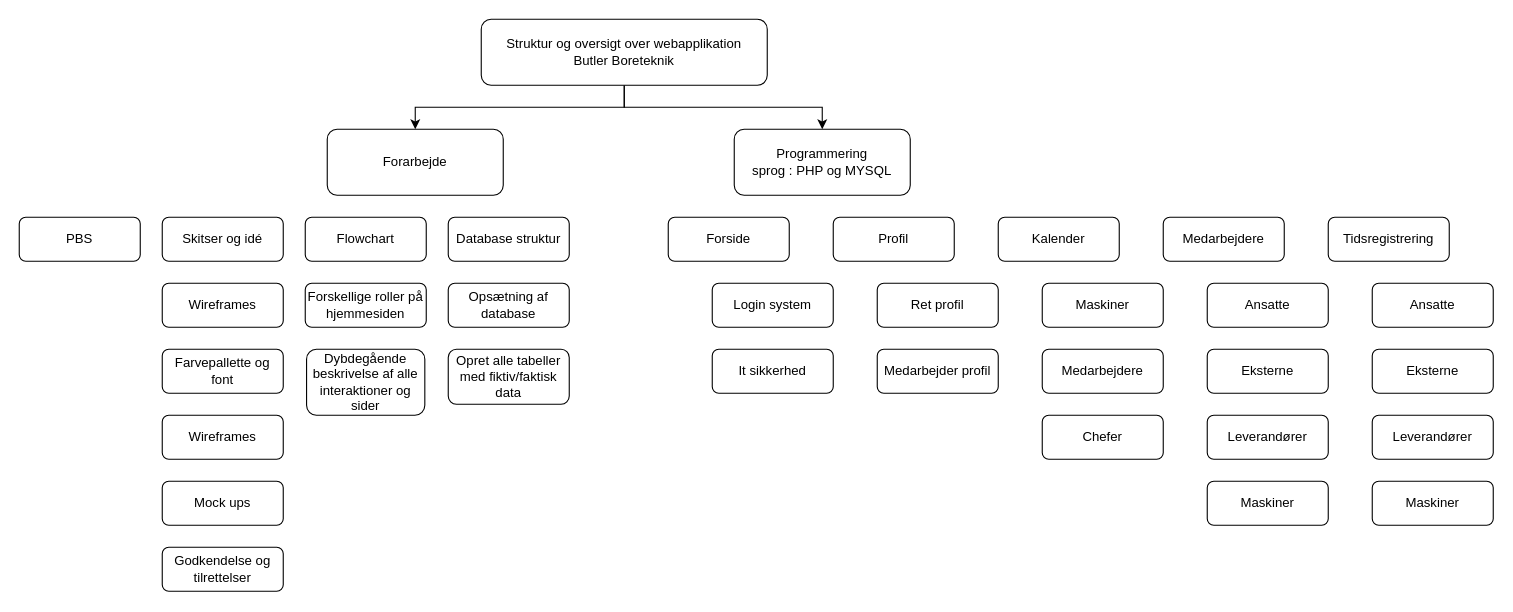
Earlier version of the draw.io diagram docs/pbs-pratik.drawio (sejekaj1307/butler_hjemmeside). Source tidied: cells renumbered, new cells numbered last; positions are measured from the earlier drawing's top-left corner, leaving out a move shared by most shapes. Both pictures are drawn from the tidied source at 110%, with x=0, y=0 at pixel (19, 19).
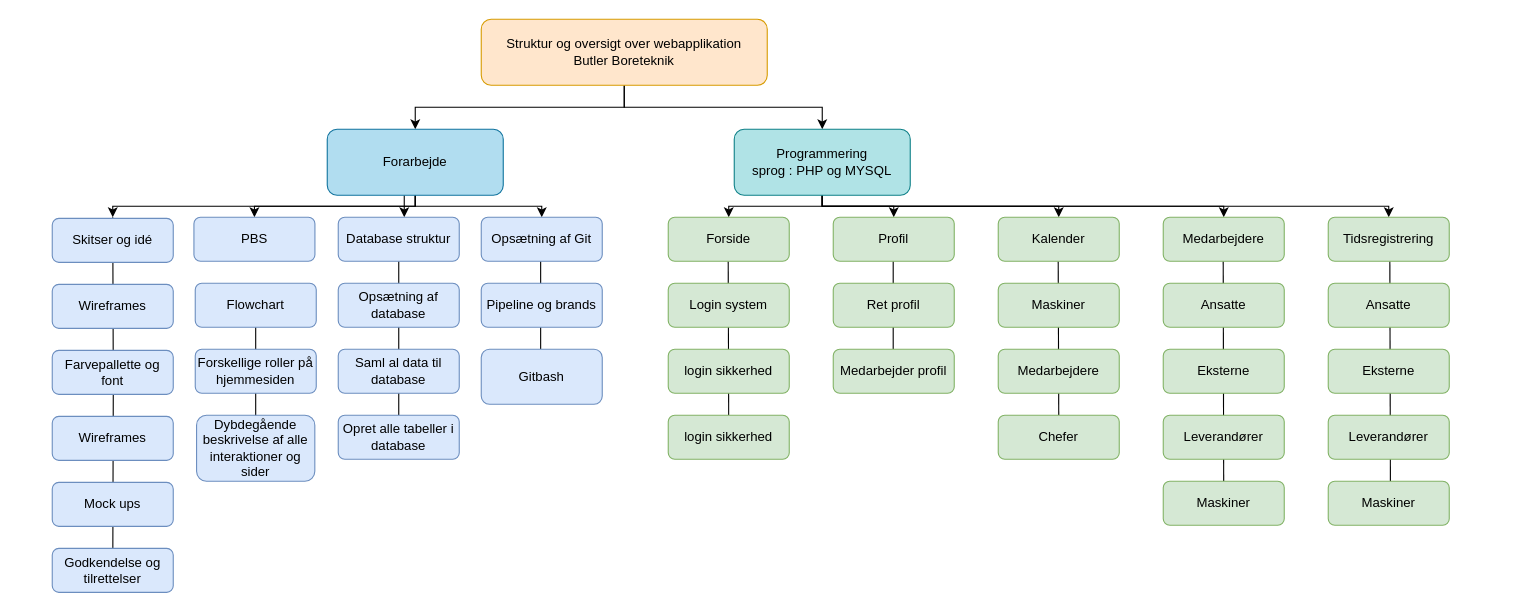
After the change.

Diff of the diagram source:
```diff
@@
+    <mxCell id="40" style="endArrow=none;html=1;rounded=1;entryX=0.5;entryY=1;entryDx=0;entryDy=0;" parent="1" edge="1">
+      <mxGeometry relative="1" as="geometry">
+        <mxPoint x="474" y="300" as="sourcePoint" />
+        <mxPoint x="474" y="220" as="targetPoint" />
+      </mxGeometry>
+    </mxCell>
+    <mxCell id="41" style="endArrow=none;html=1;rounded=1;entryX=0.5;entryY=1;entryDx=0;entryDy=0;" parent="1" edge="1">
+      <mxGeometry relative="1" as="geometry">
+        <mxPoint x="1246.5" y="420" as="sourcePoint" />
+        <mxPoint x="1246" y="220" as="targetPoint" />
+      </mxGeometry>
+    </mxCell>
+    <mxCell id="42" style="endArrow=none;html=1;rounded=1;entryX=0.5;entryY=1;entryDx=0;entryDy=0;" parent="1" edge="1" source="32">
+      <mxGeometry relative="1" as="geometry">
+        <mxPoint x="1094.5" y="220" as="targetPoint" />
+      </mxGeometry>
+    </mxCell>
+    <mxCell id="43" style="endArrow=none;html=1;rounded=1;entryX=0.5;entryY=1;entryDx=0;entryDy=0;exitX=0.5;exitY=0;exitDx=0;exitDy=0;" parent="1" edge="1" source="28">
+      <mxGeometry relative="1" as="geometry">
+        <mxPoint x="944.5" y="220" as="targetPoint" />
+      </mxGeometry>
+    </mxCell>
+    <mxCell id="44" style="endArrow=none;html=1;rounded=1;entryX=0.5;entryY=1;entryDx=0;entryDy=0;" parent="1" edge="1">
+      <mxGeometry relative="1" as="geometry">
+        <mxPoint x="794.5" y="300" as="sourcePoint" />
+        <mxPoint x="794.5" y="220" as="targetPoint" />
+      </mxGeometry>
+    </mxCell>
+    <mxCell id="16" value="Ret profil" style="rounded=1;whiteSpace=wrap;html=1;fillColor=#d5e8d4;strokeColor=#82b366;" parent="1" vertex="1">
+      <mxGeometry x="740" y="240" width="110" height="40" as="geometry" />
+    </mxCell>
+    <mxCell id="45" style="endArrow=none;html=1;rounded=1;entryX=0.5;entryY=1;entryDx=0;entryDy=0;" parent="1" edge="1" source="61">
+      <mxGeometry relative="1" as="geometry">
+        <mxPoint x="644.5" y="220" as="targetPoint" />
+      </mxGeometry>
+    </mxCell>
+    <mxCell id="46" style="endArrow=none;html=1;rounded=1;entryX=0.5;entryY=1;entryDx=0;entryDy=0;" parent="1" edge="1" source="62" target="21">
+      <mxGeometry relative="1" as="geometry" />
+    </mxCell>
@@
-    <mxCell id="4" value="Struktur og oversigt over webapplikation&lt;br&gt;Butler Boreteknik" style="rounded=1;whiteSpace=wrap;html=1;" parent="1" vertex="1">
+    <mxCell id="4" value="Struktur og oversigt over webapplikation&lt;br&gt;Butler Boreteknik" style="rounded=1;whiteSpace=wrap;html=1;fillColor=#ffe6cc;strokeColor=#d79b00;" parent="1" vertex="1">
       <mxGeometry x="420" width="260" height="60" as="geometry" />
     </mxCell>
+    <mxCell id="47" style="edgeStyle=orthogonalEdgeStyle;rounded=0;jettySize=auto;html=1;entryX=0.5;entryY=0;entryDx=0;entryDy=0;" parent="1" edge="1" source="5" target="15">
+      <mxGeometry relative="1" as="geometry">
+        <Array as="points">
+          <mxPoint x="730" y="170" />
+          <mxPoint x="645" y="170" />
+        </Array>
+      </mxGeometry>
+    </mxCell>
+    <mxCell id="48" style="edgeStyle=orthogonalEdgeStyle;rounded=0;jettySize=auto;html=1;" parent="1" edge="1" source="5" target="13">
+      <mxGeometry relative="1" as="geometry">
+        <Array as="points">
+          <mxPoint x="730" y="170" />
+          <mxPoint x="795" y="170" />
+        </Array>
+      </mxGeometry>
+    </mxCell>
+    <mxCell id="49" style="edgeStyle=orthogonalEdgeStyle;rounded=0;jettySize=auto;html=1;" parent="1" edge="1" source="5" target="18">
+      <mxGeometry relative="1" as="geometry">
+        <Array as="points">
+          <mxPoint x="730" y="170" />
+          <mxPoint x="945" y="170" />
+        </Array>
+      </mxGeometry>
+    </mxCell>
+    <mxCell id="50" style="edgeStyle=orthogonalEdgeStyle;rounded=0;jettySize=auto;html=1;" parent="1" edge="1" source="5" target="17">
+      <mxGeometry relative="1" as="geometry">
+        <Array as="points">
+          <mxPoint x="730" y="170" />
+          <mxPoint x="1095" y="170" />
+        </Array>
+      </mxGeometry>
+    </mxCell>
+    <mxCell id="51" style="edgeStyle=orthogonalEdgeStyle;rounded=0;jettySize=auto;html=1;" parent="1" edge="1" source="5" target="33">
+      <mxGeometry relative="1" as="geometry">
+        <Array as="points">
+          <mxPoint x="730" y="170" />
+          <mxPoint x="1245" y="170" />
+        </Array>
+      </mxGeometry>
+    </mxCell>
-    <mxCell id="5" value="Programmering&lt;br&gt;sprog : PHP og MYSQL" style="rounded=1;whiteSpace=wrap;html=1;" parent="1" vertex="1">
+    <mxCell id="5" value="Programmering&lt;br&gt;sprog : PHP og MYSQL" style="rounded=1;whiteSpace=wrap;html=1;fillColor=#b0e3e6;strokeColor=#0e8088;" parent="1" vertex="1">
       <mxGeometry x="650" y="100" width="160" height="60" as="geometry" />
     </mxCell>
+    <mxCell id="52" style="edgeStyle=orthogonalEdgeStyle;rounded=0;jettySize=auto;html=1;entryX=0.5;entryY=0;entryDx=0;entryDy=0;" parent="1" edge="1" source="6">
+      <mxGeometry relative="1" as="geometry">
+        <mxPoint x="85" y="180" as="targetPoint" />
+        <Array as="points">
+          <mxPoint x="360" y="170" />
+          <mxPoint x="85" y="170" />
+        </Array>
+      </mxGeometry>
+    </mxCell>
+    <mxCell id="53" style="edgeStyle=orthogonalEdgeStyle;rounded=0;jettySize=auto;html=1;entryX=0.5;entryY=0;entryDx=0;entryDy=0;" parent="1" edge="1" source="6" target="9">
+      <mxGeometry relative="1" as="geometry">
+        <Array as="points">
+          <mxPoint x="360" y="170" />
+          <mxPoint x="214" y="170" />
+        </Array>
+      </mxGeometry>
+    </mxCell>
+    <mxCell id="54" style="edgeStyle=orthogonalEdgeStyle;rounded=0;jettySize=auto;html=1;" parent="1" edge="1" source="6" target="21">
+      <mxGeometry relative="1" as="geometry">
+        <Array as="points">
+          <mxPoint x="350" y="170" />
+          <mxPoint x="350" y="170" />
+        </Array>
+      </mxGeometry>
+    </mxCell>
+    <mxCell id="55" style="edgeStyle=orthogonalEdgeStyle;rounded=0;jettySize=auto;html=1;" parent="1" edge="1" source="6" target="58">
+      <mxGeometry relative="1" as="geometry">
+        <Array as="points">
+          <mxPoint x="360" y="170" />
+          <mxPoint x="475" y="170" />
+        </Array>
+      </mxGeometry>
+    </mxCell>
-    <mxCell id="6" value="Forarbejde" style="rounded=1;whiteSpace=wrap;html=1;" parent="1" vertex="1">
+    <mxCell id="6" value="Forarbejde" style="rounded=1;whiteSpace=wrap;html=1;fillColor=#b1ddf0;strokeColor=#10739e;" parent="1" vertex="1">
       <mxGeometry x="280" y="100" width="160" height="60" as="geometry" />
     </mxCell>
-    <mxCell id="7" value="Skitser og idé" style="rounded=1;whiteSpace=wrap;html=1;" parent="1" vertex="1">
-      <mxGeometry x="130" y="180" width="110" height="40" as="geometry" />
-    </mxCell>
-    <mxCell id="8" value="Mock ups" style="rounded=1;whiteSpace=wrap;html=1;" parent="1" vertex="1">
-      <mxGeometry x="130" y="420" width="110" height="40" as="geometry" />
-    </mxCell>
-    <mxCell id="9" value="PBS" style="rounded=1;whiteSpace=wrap;html=1;" parent="1" vertex="1">
-      <mxGeometry y="180" width="110" height="40" as="geometry" />
-    </mxCell>
+    <mxCell id="56" style="edgeStyle=orthogonalEdgeStyle;rounded=0;jettySize=auto;html=1;entryX=0.5;entryY=0.75;entryDx=0;entryDy=0;entryPerimeter=0;" parent="1" edge="1" target="24">
+      <mxGeometry relative="1" as="geometry">
+        <mxPoint x="85" y="180" as="sourcePoint" />
+      </mxGeometry>
+    </mxCell>
-    <mxCell id="10" value="Wireframes" style="rounded=1;whiteSpace=wrap;html=1;" parent="1" vertex="1">
-      <mxGeometry x="130" y="360" width="110" height="40" as="geometry" />
+    <mxCell id="10" value="Wireframes" style="rounded=1;whiteSpace=wrap;html=1;fillColor=#dae8fc;strokeColor=#6c8ebf;" parent="1" vertex="1">
+      <mxGeometry x="30" y="361" width="110" height="40" as="geometry" />
     </mxCell>
-    <mxCell id="11" value="Dybdegående beskrivelse af alle interaktioner og sider" style="rounded=1;whiteSpace=wrap;html=1;" parent="1" vertex="1">
-      <mxGeometry x="261.2" y="300" width="107.5" height="60" as="geometry" />
-    </mxCell>
+    <mxCell id="57" style="edgeStyle=orthogonalEdgeStyle;rounded=0;jettySize=auto;html=1;entryX=0.5;entryY=0.833;entryDx=0;entryDy=0;entryPerimeter=0;" parent="1" edge="1" source="12" target="11">
+      <mxGeometry relative="1" as="geometry" />
+    </mxCell>
-    <mxCell id="12" value="Flowchart" style="rounded=1;whiteSpace=wrap;html=1;" parent="1" vertex="1">
-      <mxGeometry x="260" y="180" width="110" height="40" as="geometry" />
+    <mxCell id="12" value="Flowchart" style="rounded=1;whiteSpace=wrap;html=1;fillColor=#dae8fc;strokeColor=#6c8ebf;" parent="1" vertex="1">
+      <mxGeometry x="160" y="240" width="110" height="40" as="geometry" />
     </mxCell>
-    <mxCell id="13" value="Profil" style="rounded=1;whiteSpace=wrap;html=1;" parent="1" vertex="1">
+    <mxCell id="13" value="Profil" style="rounded=1;whiteSpace=wrap;html=1;fillColor=#d5e8d4;strokeColor=#82b366;" parent="1" vertex="1">
       <mxGeometry x="740" y="180" width="110" height="40" as="geometry" />
     </mxCell>
-    <mxCell id="14" value="Medarbejder profil" style="rounded=1;whiteSpace=wrap;html=1;" parent="1" vertex="1">
-      <mxGeometry x="780" y="300" width="110" height="40" as="geometry" />
+    <mxCell id="14" value="Medarbejder profil" style="rounded=1;whiteSpace=wrap;html=1;fillColor=#d5e8d4;strokeColor=#82b366;" parent="1" vertex="1">
+      <mxGeometry x="740" y="300" width="110" height="40" as="geometry" />
     </mxCell>
-    <mxCell id="15" value="Forside" style="rounded=1;whiteSpace=wrap;html=1;" parent="1" vertex="1">
+    <mxCell id="15" value="Forside" style="rounded=1;whiteSpace=wrap;html=1;fillColor=#d5e8d4;strokeColor=#82b366;" parent="1" vertex="1">
       <mxGeometry x="590" y="180" width="110" height="40" as="geometry" />
     </mxCell>
-    <mxCell id="16" value="Ret profil" style="rounded=1;whiteSpace=wrap;html=1;" parent="1" vertex="1">
-      <mxGeometry x="780" y="240" width="110" height="40" as="geometry" />
-    </mxCell>
-    <mxCell id="17" value="Medarbejdere" style="rounded=1;whiteSpace=wrap;html=1;" parent="1" vertex="1">
+    <mxCell id="17" value="Medarbejdere" style="rounded=1;whiteSpace=wrap;html=1;fillColor=#d5e8d4;strokeColor=#82b366;" parent="1" vertex="1">
       <mxGeometry x="1040" y="180" width="110" height="40" as="geometry" />
     </mxCell>
-    <mxCell id="18" value="Kalender" style="rounded=1;whiteSpace=wrap;html=1;" parent="1" vertex="1">
+    <mxCell id="18" value="Kalender" style="rounded=1;whiteSpace=wrap;html=1;fillColor=#d5e8d4;strokeColor=#82b366;" parent="1" vertex="1">
       <mxGeometry x="890" y="180" width="110" height="40" as="geometry" />
     </mxCell>
-    <mxCell id="19" value="Login system" style="rounded=1;whiteSpace=wrap;html=1;" parent="1" vertex="1">
-      <mxGeometry x="630" y="240" width="110" height="40" as="geometry" />
+    <mxCell id="19" value="Login system" style="rounded=1;whiteSpace=wrap;html=1;fillColor=#d5e8d4;strokeColor=#82b366;" parent="1" vertex="1">
+      <mxGeometry x="590" y="240" width="110" height="40" as="geometry" />
     </mxCell>
-    <mxCell id="20" value="It sikkerhed" style="rounded=1;whiteSpace=wrap;html=1;" parent="1" vertex="1">
-      <mxGeometry x="630" y="300" width="110" height="40" as="geometry" />
+    <mxCell id="20" value="login sikkerhed" style="rounded=1;whiteSpace=wrap;html=1;fillColor=#d5e8d4;strokeColor=#82b366;" parent="1" vertex="1">
+      <mxGeometry x="590" y="300" width="110" height="40" as="geometry" />
     </mxCell>
-    <mxCell id="21" value="Database struktur" style="rounded=1;whiteSpace=wrap;html=1;" parent="1" vertex="1">
-      <mxGeometry x="390" y="180" width="110" height="40" as="geometry" />
+    <mxCell id="21" value="Database struktur" style="rounded=1;whiteSpace=wrap;html=1;fillColor=#dae8fc;strokeColor=#6c8ebf;" parent="1" vertex="1">
+      <mxGeometry x="290" y="180" width="110" height="40" as="geometry" />
     </mxCell>
-    <mxCell id="22" value="Opsætning af database" style="rounded=1;whiteSpace=wrap;html=1;" parent="1" vertex="1">
-      <mxGeometry x="390" y="240" width="110" height="40" as="geometry" />
+    <mxCell id="22" value="Opsætning af database" style="rounded=1;whiteSpace=wrap;html=1;fillColor=#dae8fc;strokeColor=#6c8ebf;" parent="1" vertex="1">
+      <mxGeometry x="290" y="240" width="110" height="40" as="geometry" />
     </mxCell>
-    <mxCell id="23" value="Opret alle tabeller med fiktiv/faktisk data" style="rounded=1;whiteSpace=wrap;html=1;" parent="1" vertex="1">
-      <mxGeometry x="390" y="300" width="110" height="50" as="geometry" />
+    <mxCell id="23" value="Saml al data til database" style="rounded=1;whiteSpace=wrap;html=1;fillColor=#dae8fc;strokeColor=#6c8ebf;" parent="1" vertex="1">
+      <mxGeometry x="290" y="300" width="110" height="40" as="geometry" />
     </mxCell>
-    <mxCell id="24" value="Godkendelse og tilrettelser" style="rounded=1;whiteSpace=wrap;html=1;" parent="1" vertex="1">
-      <mxGeometry x="130" y="480" width="110" height="40" as="geometry" />
+    <mxCell id="24" value="Godkendelse og tilrettelser" style="rounded=1;whiteSpace=wrap;html=1;fillColor=#dae8fc;strokeColor=#6c8ebf;" parent="1" vertex="1">
+      <mxGeometry x="30" y="481" width="110" height="40" as="geometry" />
     </mxCell>
-    <mxCell id="25" value="Forskellige roller på hjemmesiden" style="rounded=1;whiteSpace=wrap;html=1;" parent="1" vertex="1">
-      <mxGeometry x="260" y="240" width="110" height="40" as="geometry" />
+    <mxCell id="25" value="Forskellige roller på hjemmesiden" style="rounded=1;whiteSpace=wrap;html=1;fillColor=#dae8fc;strokeColor=#6c8ebf;" parent="1" vertex="1">
+      <mxGeometry x="160" y="300" width="110" height="40" as="geometry" />
     </mxCell>
-    <mxCell id="26" value="Maskiner" style="rounded=1;whiteSpace=wrap;html=1;" parent="1" vertex="1">
-      <mxGeometry x="930" y="240" width="110" height="40" as="geometry" />
+    <mxCell id="26" value="Maskiner" style="rounded=1;whiteSpace=wrap;html=1;fillColor=#d5e8d4;strokeColor=#82b366;" parent="1" vertex="1">
+      <mxGeometry x="890" y="240" width="110" height="40" as="geometry" />
     </mxCell>
-    <mxCell id="27" value="Medarbejdere" style="rounded=1;whiteSpace=wrap;html=1;" parent="1" vertex="1">
-      <mxGeometry x="930" y="300" width="110" height="40" as="geometry" />
+    <mxCell id="27" value="Medarbejdere" style="rounded=1;whiteSpace=wrap;html=1;fillColor=#d5e8d4;strokeColor=#82b366;" parent="1" vertex="1">
+      <mxGeometry x="890" y="300" width="110" height="40" as="geometry" />
     </mxCell>
-    <mxCell id="28" value="Chefer" style="rounded=1;whiteSpace=wrap;html=1;" parent="1" vertex="1">
-      <mxGeometry x="930" y="360" width="110" height="40" as="geometry" />
+    <mxCell id="28" value="Chefer" style="rounded=1;whiteSpace=wrap;html=1;fillColor=#d5e8d4;strokeColor=#82b366;" parent="1" vertex="1">
+      <mxGeometry x="890" y="360" width="110" height="40" as="geometry" />
     </mxCell>
-    <mxCell id="29" value="Ansatte" style="rounded=1;whiteSpace=wrap;html=1;" parent="1" vertex="1">
-      <mxGeometry x="1080" y="240" width="110" height="40" as="geometry" />
+    <mxCell id="29" value="Ansatte" style="rounded=1;whiteSpace=wrap;html=1;fillColor=#d5e8d4;strokeColor=#82b366;" parent="1" vertex="1">
+      <mxGeometry x="1040" y="240" width="110" height="40" as="geometry" />
     </mxCell>
-    <mxCell id="30" value="Eksterne" style="rounded=1;whiteSpace=wrap;html=1;" parent="1" vertex="1">
-      <mxGeometry x="1080" y="300" width="110" height="40" as="geometry" />
+    <mxCell id="30" value="Eksterne" style="rounded=1;whiteSpace=wrap;html=1;fillColor=#d5e8d4;strokeColor=#82b366;" parent="1" vertex="1">
+      <mxGeometry x="1040" y="300" width="110" height="40" as="geometry" />
     </mxCell>
-    <mxCell id="31" value="Leverandører" style="rounded=1;whiteSpace=wrap;html=1;" parent="1" vertex="1">
-      <mxGeometry x="1080" y="360" width="110" height="40" as="geometry" />
+    <mxCell id="31" value="Leverandører" style="rounded=1;whiteSpace=wrap;html=1;fillColor=#d5e8d4;strokeColor=#82b366;" parent="1" vertex="1">
+      <mxGeometry x="1040" y="360" width="110" height="40" as="geometry" />
     </mxCell>
-    <mxCell id="32" value="Maskiner" style="rounded=1;whiteSpace=wrap;html=1;" parent="1" vertex="1">
-      <mxGeometry x="1080" y="420" width="110" height="40" as="geometry" />
+    <mxCell id="32" value="Maskiner" style="rounded=1;whiteSpace=wrap;html=1;fillColor=#d5e8d4;strokeColor=#82b366;" parent="1" vertex="1">
+      <mxGeometry x="1040" y="420" width="110" height="40" as="geometry" />
     </mxCell>
-    <mxCell id="33" value="Tidsregistrering" style="rounded=1;whiteSpace=wrap;html=1;" parent="1" vertex="1">
+    <mxCell id="33" value="Tidsregistrering" style="rounded=1;whiteSpace=wrap;html=1;fillColor=#d5e8d4;strokeColor=#82b366;" parent="1" vertex="1">
       <mxGeometry x="1190" y="180" width="110" height="40" as="geometry" />
     </mxCell>
-    <mxCell id="34" value="Ansatte" style="rounded=1;whiteSpace=wrap;html=1;" parent="1" vertex="1">
-      <mxGeometry x="1230" y="240" width="110" height="40" as="geometry" />
+    <mxCell id="34" value="Ansatte" style="rounded=1;whiteSpace=wrap;html=1;fillColor=#d5e8d4;strokeColor=#82b366;" parent="1" vertex="1">
+      <mxGeometry x="1190" y="240" width="110" height="40" as="geometry" />
     </mxCell>
-    <mxCell id="35" value="Eksterne" style="rounded=1;whiteSpace=wrap;html=1;" parent="1" vertex="1">
-      <mxGeometry x="1230" y="300" width="110" height="40" as="geometry" />
+    <mxCell id="35" value="Eksterne" style="rounded=1;whiteSpace=wrap;html=1;fillColor=#d5e8d4;strokeColor=#82b366;" parent="1" vertex="1">
+      <mxGeometry x="1190" y="300" width="110" height="40" as="geometry" />
     </mxCell>
-    <mxCell id="36" value="Leverandører" style="rounded=1;whiteSpace=wrap;html=1;" parent="1" vertex="1">
-      <mxGeometry x="1230" y="360" width="110" height="40" as="geometry" />
+    <mxCell id="36" value="Leverandører" style="rounded=1;whiteSpace=wrap;html=1;fillColor=#d5e8d4;strokeColor=#82b366;" parent="1" vertex="1">
+      <mxGeometry x="1190" y="360" width="110" height="40" as="geometry" />
     </mxCell>
-    <mxCell id="37" value="Maskiner" style="rounded=1;whiteSpace=wrap;html=1;" parent="1" vertex="1">
-      <mxGeometry x="1230" y="420" width="110" height="40" as="geometry" />
+    <mxCell id="37" value="Maskiner" style="rounded=1;whiteSpace=wrap;html=1;fillColor=#d5e8d4;strokeColor=#82b366;" parent="1" vertex="1">
+      <mxGeometry x="1190" y="420" width="110" height="40" as="geometry" />
     </mxCell>
-    <mxCell id="38" value="Farvepallette og font" style="rounded=1;whiteSpace=wrap;html=1;" parent="1" vertex="1">
-      <mxGeometry x="130" y="300" width="110" height="40" as="geometry" />
+    <mxCell id="38" value="Farvepallette og font" style="rounded=1;whiteSpace=wrap;html=1;fillColor=#dae8fc;strokeColor=#6c8ebf;" parent="1" vertex="1">
+      <mxGeometry x="30" y="301" width="110" height="40" as="geometry" />
     </mxCell>
-    <mxCell id="39" value="Wireframes" style="rounded=1;whiteSpace=wrap;html=1;" parent="1" vertex="1">
-      <mxGeometry x="130" y="240" width="110" height="40" as="geometry" />
+    <mxCell id="39" value="Wireframes" style="rounded=1;whiteSpace=wrap;html=1;fillColor=#dae8fc;strokeColor=#6c8ebf;" parent="1" vertex="1">
+      <mxGeometry x="30" y="241" width="110" height="40" as="geometry" />
     </mxCell>
+    <mxCell id="58" value="Opsætning af Git" style="rounded=1;whiteSpace=wrap;html=1;fillColor=#dae8fc;strokeColor=#6c8ebf;" parent="1" vertex="1">
+      <mxGeometry x="420" y="180" width="110" height="40" as="geometry" />
+    </mxCell>
+    <mxCell id="59" value="Pipeline og brands" style="rounded=1;whiteSpace=wrap;html=1;fillColor=#dae8fc;strokeColor=#6c8ebf;" parent="1" vertex="1">
+      <mxGeometry x="420" y="240" width="110" height="40" as="geometry" />
+    </mxCell>
+    <mxCell id="60" value="Gitbash" style="rounded=1;whiteSpace=wrap;html=1;fillColor=#dae8fc;strokeColor=#6c8ebf;" parent="1" vertex="1">
+      <mxGeometry x="420" y="300" width="110" height="50" as="geometry" />
+    </mxCell>
+    <mxCell id="8" value="Mock ups" style="rounded=1;whiteSpace=wrap;html=1;fillColor=#dae8fc;strokeColor=#6c8ebf;" parent="1" vertex="1">
+      <mxGeometry x="30" y="421" width="110" height="40" as="geometry" />
+    </mxCell>
+    <mxCell id="7" value="Skitser og idé" style="rounded=1;whiteSpace=wrap;html=1;fillColor=#dae8fc;strokeColor=#6c8ebf;" parent="1" vertex="1">
+      <mxGeometry x="30" y="181" width="110" height="40" as="geometry" />
+    </mxCell>
+    <mxCell id="11" value="Dybdegående beskrivelse af alle interaktioner og sider" style="rounded=1;whiteSpace=wrap;html=1;fillColor=#dae8fc;strokeColor=#6c8ebf;" parent="1" vertex="1">
+      <mxGeometry x="161.2" y="360" width="107.5" height="60" as="geometry" />
+    </mxCell>
+    <mxCell id="61" value="login sikkerhed" style="rounded=1;whiteSpace=wrap;html=1;fillColor=#d5e8d4;strokeColor=#82b366;" parent="1" vertex="1">
+      <mxGeometry x="590" y="360" width="110" height="40" as="geometry" />
+    </mxCell>
+    <mxCell id="9" value="PBS" style="rounded=1;whiteSpace=wrap;html=1;fillColor=#dae8fc;strokeColor=#6c8ebf;" parent="1" vertex="1">
+      <mxGeometry x="158.8" y="180" width="110" height="40" as="geometry" />
+    </mxCell>
+    <mxCell id="62" value="Opret alle tabeller i database" style="rounded=1;whiteSpace=wrap;html=1;fillColor=#dae8fc;strokeColor=#6c8ebf;" parent="1" vertex="1">
+      <mxGeometry x="290" y="360" width="110" height="40" as="geometry" />
+    </mxCell>
```
